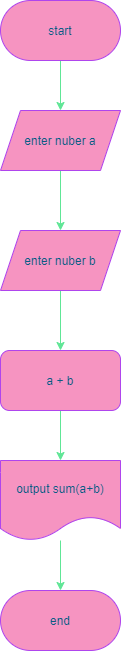
This is lesson2/aads2-2.png from HENRYHKll/gb_cxx_algorithms_and_data_structures, a draw.io export, as it was before one commit. Source tidied: cells renumbered, new cells last; positions are measured from the earlier drawing's top-left corner, leaving out a move shared by most shapes.
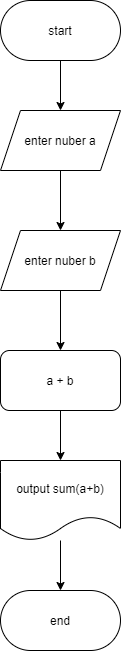
Above is the later version.

Change to the diagram source:
```diff
@@ -2,37 +2,37 @@
   <root>
     <mxCell id="0" />
     <mxCell id="1" parent="0" />
-    <mxCell id="2" style="edgeStyle=orthogonalEdgeStyle;rounded=0;jettySize=auto;html=1;entryX=0.5;entryY=0;entryDx=0;entryDy=0;strokeColor=#60E696;fontColor=#095C86;" parent="1" edge="1" source="3" target="5">
+    <mxCell id="2" style="edgeStyle=orthogonalEdgeStyle;rounded=0;jettySize=auto;html=1;entryX=0.5;entryY=0;entryDx=0;entryDy=0;" parent="1" edge="1" source="3" target="5">
       <mxGeometry relative="1" as="geometry" />
     </mxCell>
-    <mxCell id="3" value="start" style="rounded=1;whiteSpace=wrap;html=1;arcSize=50;fillColor=#F694C1;strokeColor=#AF45ED;fontColor=#095C86;" parent="1" vertex="1">
+    <mxCell id="3" value="start" style="rounded=1;whiteSpace=wrap;html=1;arcSize=50;" parent="1" vertex="1">
       <mxGeometry width="120" height="60" as="geometry" />
     </mxCell>
-    <mxCell id="4" style="edgeStyle=orthogonalEdgeStyle;rounded=0;jettySize=auto;html=1;strokeColor=#60E696;fontColor=#095C86;" parent="1" edge="1" source="5" target="7">
+    <mxCell id="4" style="edgeStyle=orthogonalEdgeStyle;rounded=0;jettySize=auto;html=1;" parent="1" edge="1" source="5" target="7">
       <mxGeometry relative="1" as="geometry" />
     </mxCell>
-    <mxCell id="5" value="enter nuber a" style="shape=parallelogram;perimeter=parallelogramPerimeter;whiteSpace=wrap;html=1;fixedSize=1;fillColor=#F694C1;strokeColor=#AF45ED;fontColor=#095C86;" parent="1" vertex="1">
+    <mxCell id="5" value="enter nuber a" style="shape=parallelogram;perimeter=parallelogramPerimeter;whiteSpace=wrap;html=1;fixedSize=1;" parent="1" vertex="1">
       <mxGeometry y="110" width="120" height="60" as="geometry" />
     </mxCell>
-    <mxCell id="6" style="edgeStyle=orthogonalEdgeStyle;rounded=0;jettySize=auto;html=1;strokeColor=#60E696;fontColor=#095C86;" parent="1" edge="1" source="7" target="9">
+    <mxCell id="6" style="edgeStyle=orthogonalEdgeStyle;rounded=0;jettySize=auto;html=1;" parent="1" edge="1" source="7" target="9">
       <mxGeometry relative="1" as="geometry" />
     </mxCell>
-    <mxCell id="7" value="enter nuber b" style="shape=parallelogram;perimeter=parallelogramPerimeter;whiteSpace=wrap;html=1;fixedSize=1;fillColor=#F694C1;strokeColor=#AF45ED;fontColor=#095C86;" parent="1" vertex="1">
+    <mxCell id="7" value="enter nuber b" style="shape=parallelogram;perimeter=parallelogramPerimeter;whiteSpace=wrap;html=1;fixedSize=1;" parent="1" vertex="1">
       <mxGeometry y="230" width="120" height="60" as="geometry" />
     </mxCell>
-    <mxCell id="8" style="edgeStyle=orthogonalEdgeStyle;rounded=0;jettySize=auto;html=1;entryX=0.5;entryY=0;entryDx=0;entryDy=0;strokeColor=#60E696;fontColor=#095C86;" parent="1" edge="1" source="9" target="11">
+    <mxCell id="8" style="edgeStyle=orthogonalEdgeStyle;rounded=0;jettySize=auto;html=1;entryX=0.5;entryY=0;entryDx=0;entryDy=0;" parent="1" edge="1" source="9" target="11">
       <mxGeometry relative="1" as="geometry" />
     </mxCell>
-    <mxCell id="9" value="a + b" style="rounded=1;whiteSpace=wrap;html=1;fillColor=#F694C1;strokeColor=#AF45ED;fontColor=#095C86;" parent="1" vertex="1">
+    <mxCell id="9" value="a + b" style="rounded=1;whiteSpace=wrap;html=1;" parent="1" vertex="1">
       <mxGeometry y="350" width="120" height="60" as="geometry" />
     </mxCell>
-    <mxCell id="10" style="edgeStyle=orthogonalEdgeStyle;rounded=0;jettySize=auto;html=1;strokeColor=#60E696;fontColor=#095C86;" parent="1" edge="1" source="11" target="12">
+    <mxCell id="10" style="edgeStyle=orthogonalEdgeStyle;rounded=0;jettySize=auto;html=1;" parent="1" edge="1" source="11" target="12">
       <mxGeometry relative="1" as="geometry" />
     </mxCell>
-    <mxCell id="11" value="output sum(a+b)" style="shape=document;whiteSpace=wrap;html=1;boundedLbl=1;fillColor=#F694C1;strokeColor=#AF45ED;fontColor=#095C86;" parent="1" vertex="1">
+    <mxCell id="11" value="output sum(a+b)" style="shape=document;whiteSpace=wrap;html=1;boundedLbl=1;" parent="1" vertex="1">
       <mxGeometry y="460" width="120" height="80" as="geometry" />
     </mxCell>
-    <mxCell id="12" value="end" style="rounded=1;whiteSpace=wrap;html=1;arcSize=50;fillColor=#F694C1;strokeColor=#AF45ED;fontColor=#095C86;" parent="1" vertex="1">
+    <mxCell id="12" value="end" style="rounded=1;whiteSpace=wrap;html=1;arcSize=50;" parent="1" vertex="1">
       <mxGeometry y="590" width="120" height="60" as="geometry" />
     </mxCell>
   </root>
```
